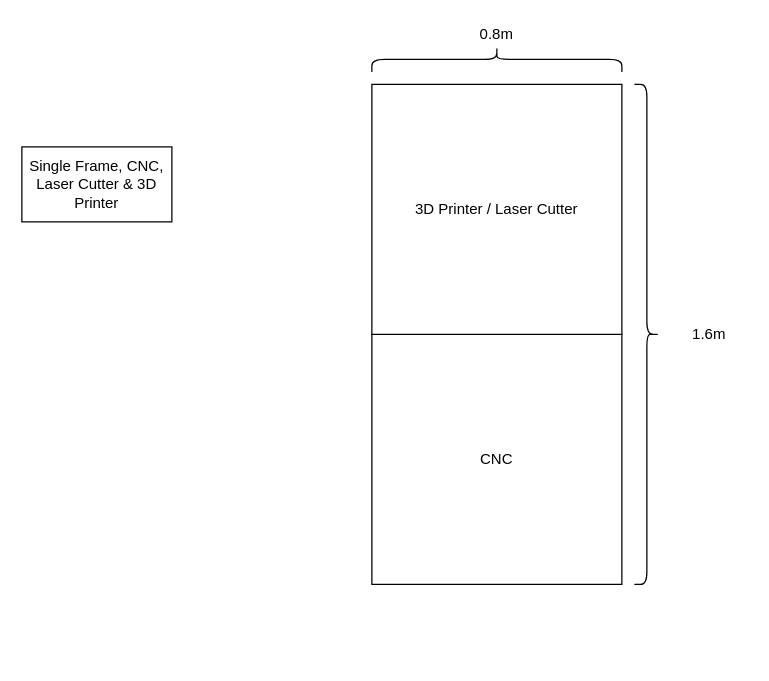
Above: page "Brainstorm" (2 of 6) of Documents/Diagram.drawio in XCR1793/SeedboxCNC (draw.io), before the change. Source tidied: cells renumbered, new cells numbered last; positions are measured from the earlier drawing's top-left corner, leaving out a move shared by most shapes. Both pictures are drawn from the tidied source at 125%, with x=0, y=0 at pixel (21, 21).
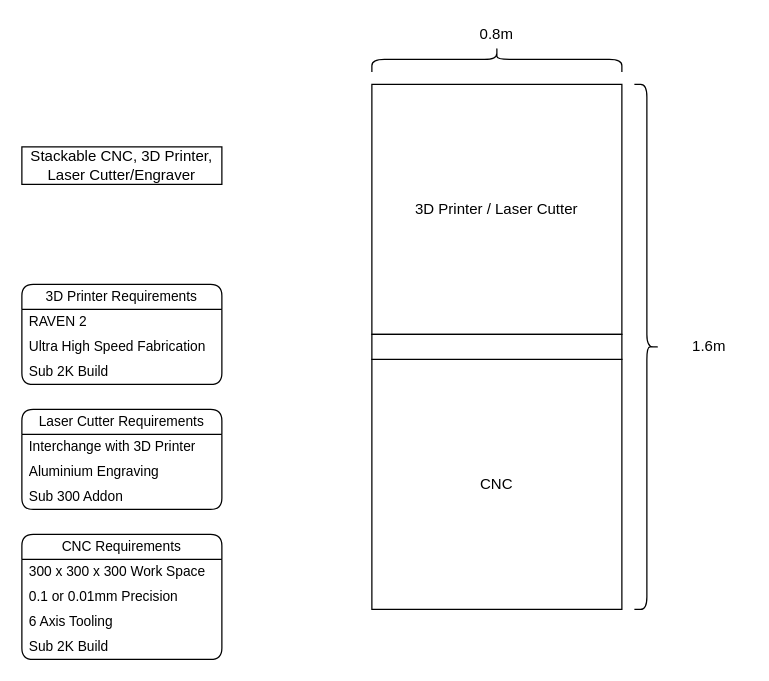
Above is the later version.

Change to the diagram source:
```diff
@@
-    <mxCell id="2" value="Single Frame, CNC, Laser Cutter &amp;amp; 3D Printer" style="rounded=0;whiteSpace=wrap;html=1;" parent="1" vertex="1">
-      <mxGeometry y="100" width="120" height="60" as="geometry" />
+    <mxCell id="2" value="Stackable CNC, 3D Printer, Laser Cutter/Engraver" style="rounded=0;whiteSpace=wrap;html=1;" parent="1" vertex="1">
+      <mxGeometry y="100" width="160" height="30" as="geometry" />
     </mxCell>
     <mxCell id="3" value="CNC" style="rounded=0;whiteSpace=wrap;html=1;" parent="1" vertex="1">
-      <mxGeometry x="280" y="250" width="200" height="200" as="geometry" />
+      <mxGeometry x="280" y="270" width="200" height="200" as="geometry" />
     </mxCell>
@@
     <mxCell id="5" style="shape=curlyBracket;whiteSpace=wrap;html=1;rounded=1;flipH=1;labelPosition=right;verticalLabelPosition=middle;align=left;verticalAlign=middle;" parent="1" vertex="1">
-      <mxGeometry x="490" y="50" width="20" height="400" as="geometry" />
+      <mxGeometry x="490" y="50" width="20" height="420" as="geometry" />
     </mxCell>
     <mxCell id="6" value="1.6m" style="text;html=1;align=center;verticalAlign=middle;whiteSpace=wrap;rounded=0;" parent="1" vertex="1">
-      <mxGeometry x="520" y="240" width="60" height="20" as="geometry" />
+      <mxGeometry x="520" y="250" width="60" height="20" as="geometry" />
     </mxCell>
@@
+    <mxCell id="9" value="CNC Requirements" style="swimlane;fontStyle=0;horizontal=1;startSize=20;whiteSpace=wrap;html=1;fontFamily=Helvetica;fontSize=11;fontColor=default;labelBackgroundColor=default;rounded=1;" parent="1" vertex="1">
+      <mxGeometry y="410" width="160" height="100" as="geometry" />
+    </mxCell>
+    <mxCell id="10" value="300 x 300 x 300 Work Space" style="text;strokeColor=none;fillColor=none;align=left;verticalAlign=middle;spacingLeft=4;spacingRight=4;overflow=hidden;whiteSpace=wrap;html=1;fontFamily=Helvetica;fontSize=11;fontColor=default;labelBackgroundColor=default;" parent="9" vertex="1">
+      <mxGeometry y="20" width="160" height="20" as="geometry" />
+    </mxCell>
+    <mxCell id="11" value="0.1 or 0.01mm Precision" style="text;strokeColor=none;fillColor=none;align=left;verticalAlign=middle;spacingLeft=4;spacingRight=4;overflow=hidden;whiteSpace=wrap;html=1;fontFamily=Helvetica;fontSize=11;fontColor=default;labelBackgroundColor=default;" parent="9" vertex="1">
+      <mxGeometry y="40" width="160" height="20" as="geometry" />
+    </mxCell>
+    <mxCell id="12" value="6 Axis Tooling" style="text;strokeColor=none;fillColor=none;align=left;verticalAlign=middle;spacingLeft=4;spacingRight=4;overflow=hidden;whiteSpace=wrap;html=1;fontFamily=Helvetica;fontSize=11;fontColor=default;labelBackgroundColor=default;" parent="9" vertex="1">
+      <mxGeometry y="60" width="160" height="20" as="geometry" />
+    </mxCell>
+    <mxCell id="13" value="Sub 2K Build" style="text;strokeColor=none;fillColor=none;align=left;verticalAlign=middle;spacingLeft=4;spacingRight=4;overflow=hidden;whiteSpace=wrap;html=1;fontFamily=Helvetica;fontSize=11;fontColor=default;labelBackgroundColor=default;" parent="9" vertex="1">
+      <mxGeometry y="80" width="160" height="20" as="geometry" />
+    </mxCell>
+    <mxCell id="14" value="Laser Cutter Requirements" style="swimlane;fontStyle=0;horizontal=1;startSize=20;whiteSpace=wrap;html=1;fontFamily=Helvetica;fontSize=11;fontColor=default;labelBackgroundColor=default;rounded=1;" parent="1" vertex="1">
+      <mxGeometry y="310" width="160" height="80" as="geometry" />
+    </mxCell>
+    <mxCell id="15" value="Interchange with 3D Printer" style="text;strokeColor=none;fillColor=none;align=left;verticalAlign=middle;spacingLeft=4;spacingRight=4;overflow=hidden;whiteSpace=wrap;html=1;fontFamily=Helvetica;fontSize=11;fontColor=default;labelBackgroundColor=default;" parent="14" vertex="1">
+      <mxGeometry y="20" width="160" height="20" as="geometry" />
+    </mxCell>
+    <mxCell id="16" value="Aluminium Engraving" style="text;strokeColor=none;fillColor=none;align=left;verticalAlign=middle;spacingLeft=4;spacingRight=4;overflow=hidden;whiteSpace=wrap;html=1;fontFamily=Helvetica;fontSize=11;fontColor=default;labelBackgroundColor=default;" parent="14" vertex="1">
+      <mxGeometry y="40" width="160" height="20" as="geometry" />
+    </mxCell>
+    <mxCell id="17" value="Sub 300 Addon" style="text;strokeColor=none;fillColor=none;align=left;verticalAlign=middle;spacingLeft=4;spacingRight=4;overflow=hidden;whiteSpace=wrap;html=1;fontFamily=Helvetica;fontSize=11;fontColor=default;labelBackgroundColor=default;" parent="14" vertex="1">
+      <mxGeometry y="60" width="160" height="20" as="geometry" />
+    </mxCell>
+    <mxCell id="18" value="3D Printer Requirements" style="swimlane;fontStyle=0;horizontal=1;startSize=20;whiteSpace=wrap;html=1;fontFamily=Helvetica;fontSize=11;fontColor=default;labelBackgroundColor=default;rounded=1;" parent="1" vertex="1">
+      <mxGeometry y="210" width="160" height="80" as="geometry" />
+    </mxCell>
+    <mxCell id="19" value="RAVEN 2" style="text;strokeColor=none;fillColor=none;align=left;verticalAlign=middle;spacingLeft=4;spacingRight=4;overflow=hidden;whiteSpace=wrap;html=1;fontFamily=Helvetica;fontSize=11;fontColor=default;labelBackgroundColor=default;" parent="18" vertex="1">
+      <mxGeometry y="20" width="160" height="20" as="geometry" />
+    </mxCell>
+    <mxCell id="20" value="Ultra High Speed Fabrication" style="text;strokeColor=none;fillColor=none;align=left;verticalAlign=middle;spacingLeft=4;spacingRight=4;overflow=hidden;whiteSpace=wrap;html=1;fontFamily=Helvetica;fontSize=11;fontColor=default;labelBackgroundColor=default;" parent="18" vertex="1">
+      <mxGeometry y="40" width="160" height="20" as="geometry" />
+    </mxCell>
+    <mxCell id="21" value="Sub 2K Build" style="text;strokeColor=none;fillColor=none;align=left;verticalAlign=middle;spacingLeft=4;spacingRight=4;overflow=hidden;whiteSpace=wrap;html=1;fontFamily=Helvetica;fontSize=11;fontColor=default;labelBackgroundColor=default;" parent="18" vertex="1">
+      <mxGeometry y="60" width="160" height="20" as="geometry" />
+    </mxCell>
+    <mxCell id="22" style="rounded=0;whiteSpace=wrap;html=1;" parent="1" vertex="1">
+      <mxGeometry x="280" y="250" width="200" height="20" as="geometry" />
+    </mxCell>
```
